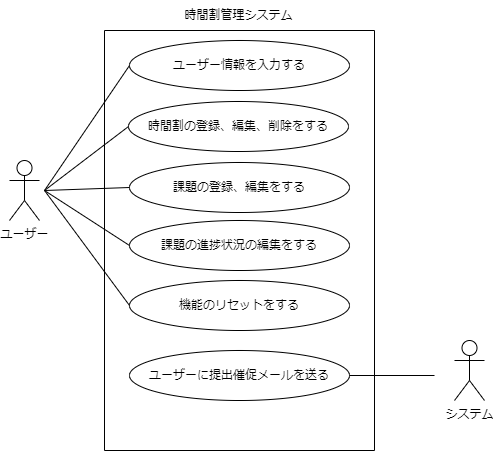
Earlier version of the draw.io export 振る舞い図/ユースケース図/ユースケース図.drawio.png (masaki1234567/psp4). Source tidied: cells renumbered, new cells last; positions are measured from the earlier drawing's top-left corner, leaving out a move shared by most shapes.
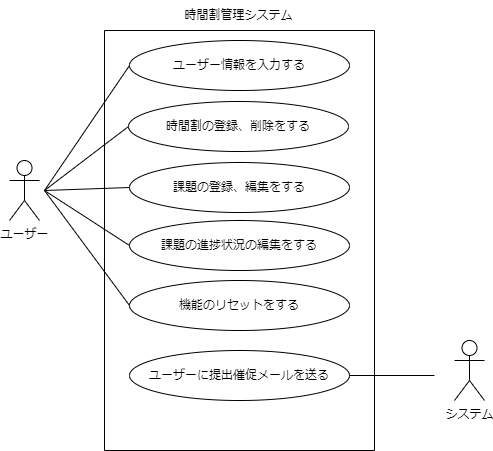
Later version of the same file.

Change to the diagram source:
```diff
@@ -23,7 +23,7 @@
     <mxCell id="8" value="ユーザーに提出催促メールを送る" style="ellipse;whiteSpace=wrap;html=1;" parent="3" vertex="1">
       <mxGeometry x="25" y="320" width="220" height="50" as="geometry" />
     </mxCell>
-    <mxCell id="9" value="時間割の登録、編集、削除をする" style="ellipse;whiteSpace=wrap;html=1;" parent="1" vertex="1">
+    <mxCell id="9" value="時間割の登録、削除をする" style="ellipse;whiteSpace=wrap;html=1;" parent="1" vertex="1">
       <mxGeometry x="119" y="101" width="220" height="50" as="geometry" />
     </mxCell>
     <mxCell id="10" style="edgeStyle=none;html=1;exitX=0;exitY=0.5;exitDx=0;exitDy=0;endArrow=none;endFill=0;" parent="1" edge="1" source="4">
```
